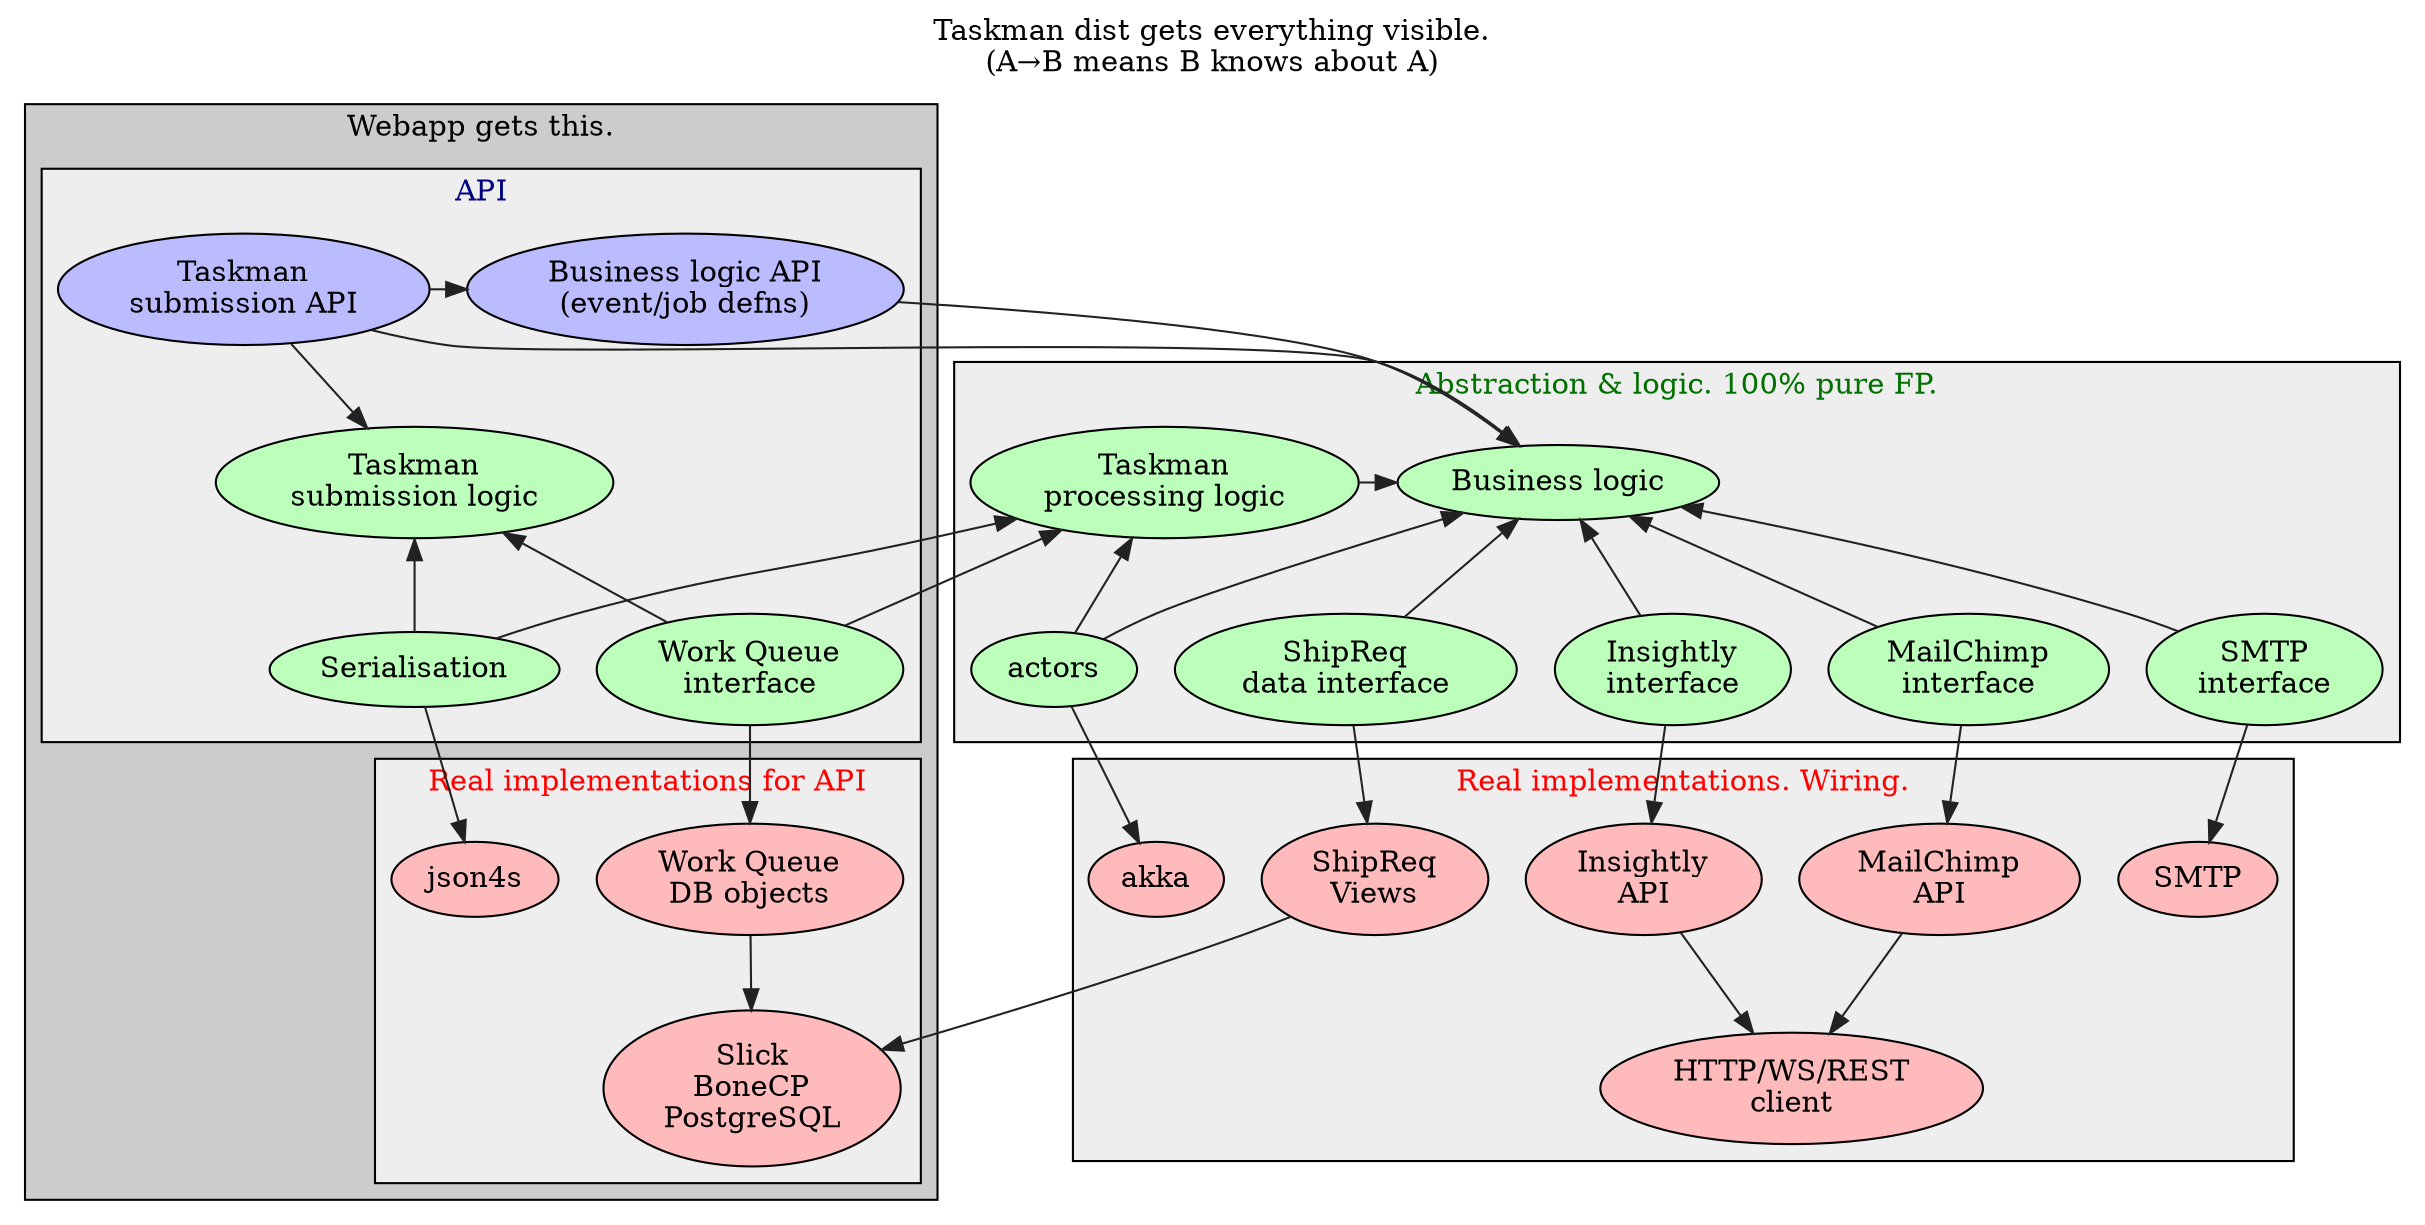
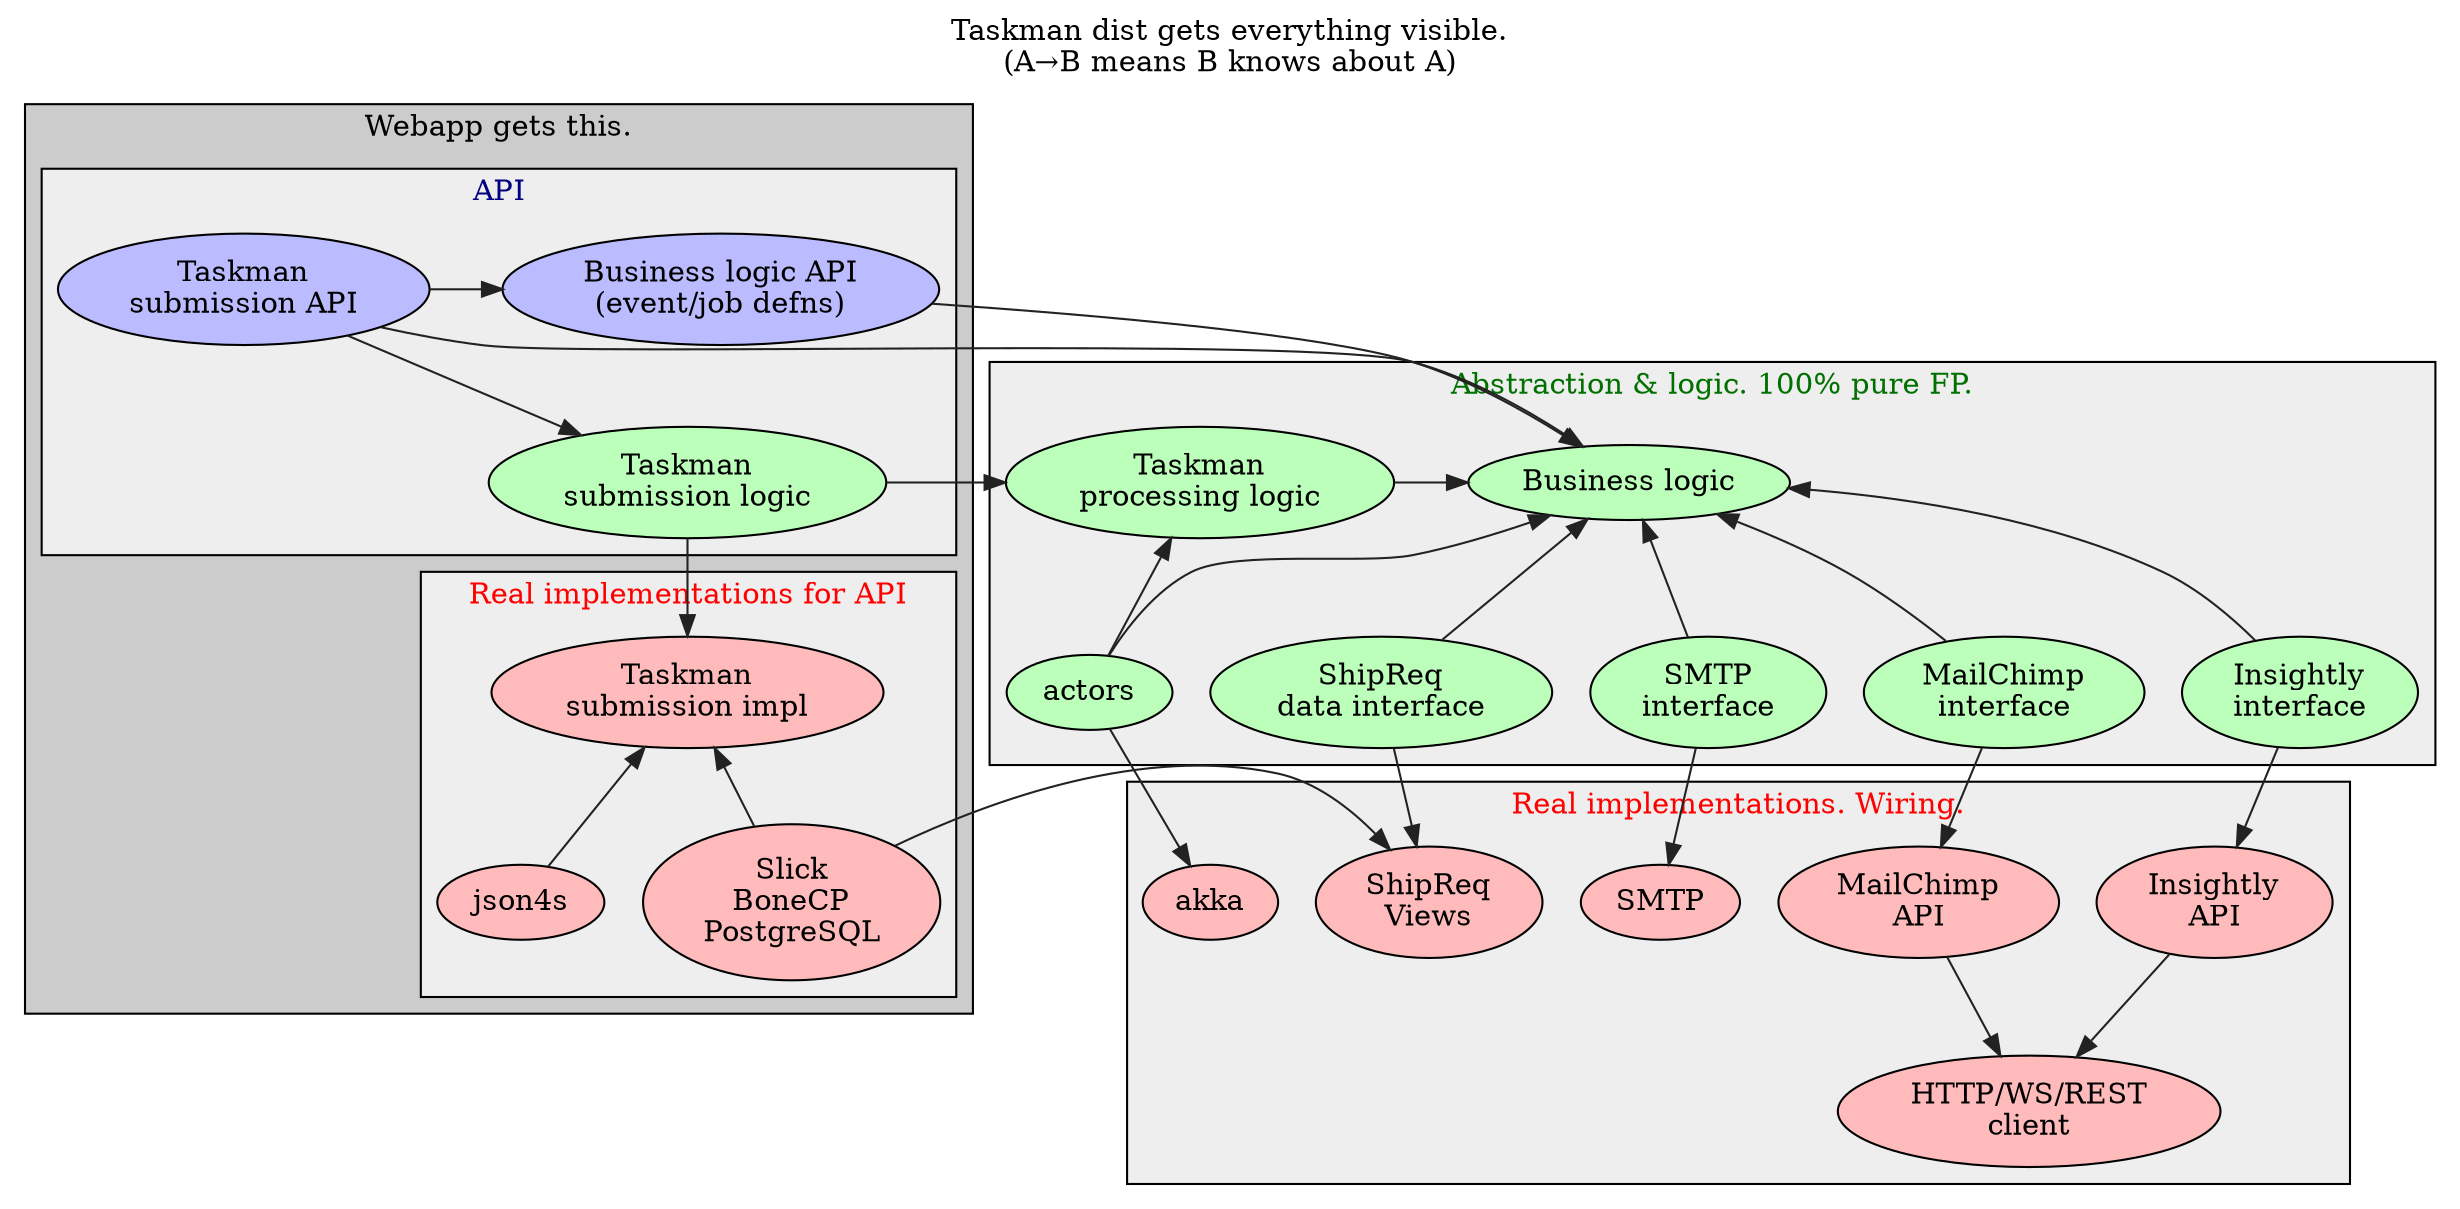
digraph G {
compound=true
labelloc=t
node[style=filled]
edge[color="#222222"]
label="Taskman dist gets everything visible.\n(A→B means B knows about A)"

subgraph cluster_abs {
  label="Abstraction & logic. 100% pure FP." style=filled fillcolor="#eeeeee" fontcolor="#007000" node[fillcolor="#bbffbb"]
  dbv [label="ShipReq\ndata interface"]
  smtp [label="SMTP\ninterface"]
  mc [label="MailChimp\ninterface"]
  crm [label="Insightly\ninterface"]
  actors
  bl [label="Business logic"]
  tl [label="Taskman\nprocessing logic"]
}

subgraph cluster_real {
  label="Real implementations. Wiring." style=filled fillcolor="#eeeeee" fontcolor=red node[fillcolor="#ffbbbb"]
  _dbv [label="ShipReq\nViews"]
  _smtp [label="SMTP"]
  _mc [label="MailChimp\nAPI"]
  _crm [label="Insightly\nAPI"]
  akka
  http [label="HTTP/WS/REST\nclient"]
}

subgraph cluster_public {
  label="Webapp gets this." style=filled fillcolor="#cccccc"

  subgraph cluster_api {
    label="API" style=filled fillcolor="#eeeeee" fontcolor="#000080" node[fillcolor="#bbbbff"]
    bla [label="Business logic API\n(event/job defns)"]
    tla [label="Taskman\nsubmission API"]
    tsl [label="Taskman\nsubmission logic" fillcolor="#bbffbb"]
-     ser [label="Serialisation" fillcolor="#bbffbb"]
-     workq [label="Work Queue\ninterface" fillcolor="#bbffbb"]
  }

  subgraph cluster_realp {
    label="Real implementations for API" style=filled fillcolor="#eeeeee" fontcolor=red node[fillcolor="#ffbbbb"]
-     _workq [label="Work Queue\nDB objects"]
+     _tsl [label="Taskman\nsubmission impl"]
    json4s
    postgres [label="Slick\nBoneCP\nPostgreSQL"]
  }
}


dbv -> _dbv
- workq -> _workq
smtp -> _smtp
mc -> _mc
crm -> _crm
- ser -> json4s
actors -> akka

tl -> actors [dir=back]
- tl -> workq,ser [dir=back]
bl -> dbv,smtp,mc,crm,actors [dir=back]
- tl -> bl [constraint=false]
+ tl -> bl [minlen=2 constraint=false]

- tla -> bla [constraint=false]
+ tsl -> _tsl
+ // bla -> _tsl
+ tla -> bla [minlen=2 constraint=false]
tla,bla -> bl
tla -> tsl
- tsl -> ser,workq [dir=back]
- // tsl -> tl [dir=back] // weird bug, draws twice if not backwards
+ tsl -> tl

_mc,_crm -> http
- _workq,_dbv -> postgres
+ _tsl,_dbv -> postgres [dir=back]
+ _tsl -> json4s [dir=back]

}
